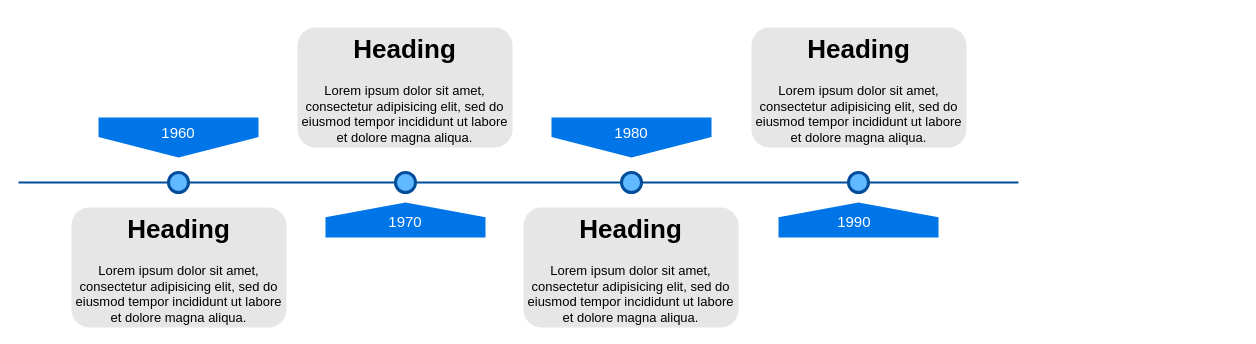
ariesharry/S-ERP keeps this draw.io diagram as Bab1 History of ERP.drawio. Above is the earlier version. Source tidied: cells renumbered, new cells numbered last; positions are measured from the earlier drawing's top-left corner, leaving out a move shared by most shapes. Both pictures are drawn from the tidied source at 100%, with x=0, y=0 at pixel (18, 27).
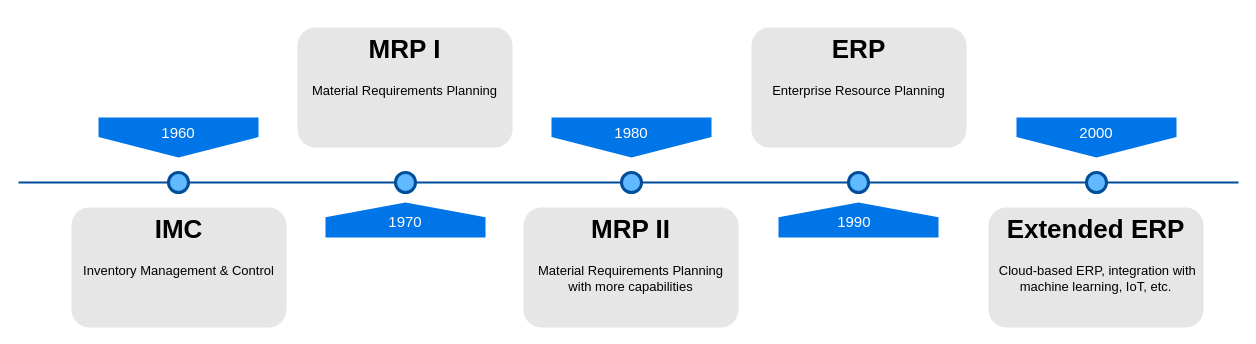
The same diagram, later.

Change to the diagram source:
```diff
@@
 <mxGraphModel>
   <root>
     <mxCell id="0" />
     <mxCell id="1" parent="0" />
     <mxCell id="2" style="line;strokeWidth=2;html=1;fillColor=none;fontSize=28;fontColor=#004D99;strokeColor=#004D99;" parent="1" vertex="1">
-      <mxGeometry y="150" width="1000" height="10" as="geometry" />
+      <mxGeometry y="150" width="1220" height="10" as="geometry" />
     </mxCell>
     <mxCell id="3" value="1960" style="shape=offPageConnector;whiteSpace=wrap;html=1;fillColor=#0075E8;fontSize=15;fontColor=#FFFFFF;size=0.5093750000000015;verticalAlign=top;strokeColor=none;" parent="1" vertex="1">
       <mxGeometry x="80" y="90" width="160" height="40" as="geometry" />
     </mxCell>
     <mxCell id="4" value="&lt;span&gt;1980&lt;/span&gt;" style="shape=offPageConnector;whiteSpace=wrap;html=1;fillColor=#0075E8;fontSize=15;fontColor=#FFFFFF;size=0.5093750000000015;verticalAlign=top;strokeColor=none;" parent="1" vertex="1">
       <mxGeometry x="533" y="90" width="160" height="40" as="geometry" />
     </mxCell>
     <mxCell id="5" value="&lt;span&gt;1970&lt;/span&gt;" style="shape=offPageConnector;whiteSpace=wrap;html=1;fillColor=#0075E8;fontSize=15;fontColor=#FFFFFF;size=0.4178571428571445;flipV=1;verticalAlign=bottom;strokeColor=none;spacingBottom=4;" parent="1" vertex="1">
       <mxGeometry x="307" y="175" width="160" height="35" as="geometry" />
     </mxCell>
     <mxCell id="6" value="&lt;span&gt;1990&amp;nbsp;&amp;nbsp;&lt;/span&gt;" style="shape=offPageConnector;whiteSpace=wrap;html=1;fillColor=#0075E8;fontSize=15;fontColor=#FFFFFF;size=0.4178571428571445;flipV=1;verticalAlign=bottom;strokeColor=none;spacingBottom=4;" parent="1" vertex="1">
       <mxGeometry x="760" y="175" width="160" height="35" as="geometry" />
     </mxCell>
     <mxCell id="7" style="ellipse;whiteSpace=wrap;html=1;fillColor=#61BAFF;fontSize=28;fontColor=#004D99;strokeWidth=3;strokeColor=#004D99;" parent="1" vertex="1">
       <mxGeometry x="150" y="145" width="20" height="20" as="geometry" />
     </mxCell>
     <mxCell id="8" style="ellipse;whiteSpace=wrap;html=1;fillColor=#61BAFF;fontSize=28;fontColor=#004D99;strokeWidth=3;strokeColor=#004D99;" parent="1" vertex="1">
       <mxGeometry x="377" y="145" width="20" height="20" as="geometry" />
     </mxCell>
     <mxCell id="9" style="ellipse;whiteSpace=wrap;html=1;fillColor=#61BAFF;fontSize=28;fontColor=#004D99;strokeWidth=3;strokeColor=#004D99;" parent="1" vertex="1">
       <mxGeometry x="603" y="145" width="20" height="20" as="geometry" />
     </mxCell>
     <mxCell id="10" style="ellipse;whiteSpace=wrap;html=1;fillColor=#61BAFF;fontSize=28;fontColor=#004D99;strokeWidth=3;strokeColor=#004D99;" parent="1" vertex="1">
       <mxGeometry x="830" y="145" width="20" height="20" as="geometry" />
     </mxCell>
-    <mxCell id="11" value="&lt;h1&gt;Heading&lt;/h1&gt;&lt;p&gt;Lorem ipsum dolor sit amet, consectetur adipisicing elit, sed do eiusmod tempor incididunt ut labore et dolore magna aliqua.&lt;/p&gt;" style="text;html=1;spacing=5;spacingTop=-20;whiteSpace=wrap;overflow=hidden;strokeColor=none;strokeWidth=3;fillColor=#E6E6E6;fontSize=13;fontColor=#000000;align=center;rounded=1;" parent="1" vertex="1">
+    <mxCell id="11" value="&lt;h1&gt;IMC&lt;/h1&gt;&lt;p&gt;Inventory Management &amp;amp; Control&lt;br&gt;&lt;/p&gt;" style="text;html=1;spacing=5;spacingTop=-20;whiteSpace=wrap;overflow=hidden;strokeColor=none;strokeWidth=3;fillColor=#E6E6E6;fontSize=13;fontColor=#000000;align=center;rounded=1;" parent="1" vertex="1">
       <mxGeometry x="53" y="180" width="215" height="120" as="geometry" />
     </mxCell>
-    <mxCell id="12" value="&lt;h1&gt;Heading&lt;/h1&gt;&lt;p&gt;Lorem ipsum dolor sit amet, consectetur adipisicing elit, sed do eiusmod tempor incididunt ut labore et dolore magna aliqua.&lt;/p&gt;" style="text;html=1;spacing=5;spacingTop=-20;whiteSpace=wrap;overflow=hidden;strokeColor=none;strokeWidth=3;fillColor=#E6E6E6;fontSize=13;fontColor=#000000;align=center;rounded=1;" parent="1" vertex="1">
+    <mxCell id="12" value="&lt;h1&gt;MRP I&lt;/h1&gt;&lt;p&gt;Material Requirements Planning&lt;/p&gt;" style="text;html=1;spacing=5;spacingTop=-20;whiteSpace=wrap;overflow=hidden;strokeColor=none;strokeWidth=3;fillColor=#E6E6E6;fontSize=13;fontColor=#000000;align=center;rounded=1;" parent="1" vertex="1">
       <mxGeometry x="279" width="215" height="120" as="geometry" />
     </mxCell>
-    <mxCell id="13" value="&lt;h1&gt;Heading&lt;/h1&gt;&lt;p&gt;Lorem ipsum dolor sit amet, consectetur adipisicing elit, sed do eiusmod tempor incididunt ut labore et dolore magna aliqua.&lt;/p&gt;" style="text;html=1;spacing=5;spacingTop=-20;whiteSpace=wrap;overflow=hidden;strokeColor=none;strokeWidth=3;fillColor=#E6E6E6;fontSize=13;fontColor=#000000;align=center;rounded=1;" parent="1" vertex="1">
+    <mxCell id="13" value="&lt;h1 style=&quot;border-color: var(--border-color);&quot;&gt;MRP II&lt;/h1&gt;&lt;h1&gt;&lt;p style=&quot;border-color: var(--border-color); font-size: 13px; font-weight: 400;&quot;&gt;Material Requirements Planning with more capabilities&lt;/p&gt;&lt;/h1&gt;" style="text;html=1;spacing=5;spacingTop=-20;whiteSpace=wrap;overflow=hidden;strokeColor=none;strokeWidth=3;fillColor=#E6E6E6;fontSize=13;fontColor=#000000;align=center;rounded=1;" parent="1" vertex="1">
       <mxGeometry x="505" y="180" width="215" height="120" as="geometry" />
     </mxCell>
-    <mxCell id="14" value="&lt;h1&gt;Heading&lt;/h1&gt;&lt;p&gt;Lorem ipsum dolor sit amet, consectetur adipisicing elit, sed do eiusmod tempor incididunt ut labore et dolore magna aliqua.&lt;/p&gt;" style="text;html=1;spacing=5;spacingTop=-20;whiteSpace=wrap;overflow=hidden;strokeColor=none;strokeWidth=3;fillColor=#E6E6E6;fontSize=13;fontColor=#000000;align=center;rounded=1;" parent="1" vertex="1">
+    <mxCell id="14" value="&lt;h1&gt;ERP&lt;/h1&gt;&lt;p&gt;Enterprise Resource Planning&lt;/p&gt;" style="text;html=1;spacing=5;spacingTop=-20;whiteSpace=wrap;overflow=hidden;strokeColor=none;strokeWidth=3;fillColor=#E6E6E6;fontSize=13;fontColor=#000000;align=center;rounded=1;" parent="1" vertex="1">
       <mxGeometry x="733" width="215" height="120" as="geometry" />
     </mxCell>
+    <mxCell id="15" value="&lt;span&gt;2000&lt;/span&gt;" style="shape=offPageConnector;whiteSpace=wrap;html=1;fillColor=#0075E8;fontSize=15;fontColor=#FFFFFF;size=0.5093750000000015;verticalAlign=top;strokeColor=none;" parent="1" vertex="1">
+      <mxGeometry x="998" y="90" width="160" height="40" as="geometry" />
+    </mxCell>
+    <mxCell id="16" style="ellipse;whiteSpace=wrap;html=1;fillColor=#61BAFF;fontSize=28;fontColor=#004D99;strokeWidth=3;strokeColor=#004D99;" parent="1" vertex="1">
+      <mxGeometry x="1068" y="145" width="20" height="20" as="geometry" />
+    </mxCell>
+    <mxCell id="17" value="&lt;h1 style=&quot;border-color: var(--border-color);&quot;&gt;Extended ERP&lt;/h1&gt;&lt;h1&gt;&lt;p style=&quot;border-color: var(--border-color); font-size: 13px; font-weight: 400;&quot;&gt;&amp;nbsp;Cloud-based ERP, integration with machine learning, IoT, etc.&lt;/p&gt;&lt;/h1&gt;" style="text;html=1;spacing=5;spacingTop=-20;whiteSpace=wrap;overflow=hidden;strokeColor=none;strokeWidth=3;fillColor=#E6E6E6;fontSize=13;fontColor=#000000;align=center;rounded=1;" parent="1" vertex="1">
+      <mxGeometry x="970" y="180" width="215" height="120" as="geometry" />
+    </mxCell>
   </root>
 </mxGraphModel>
```
